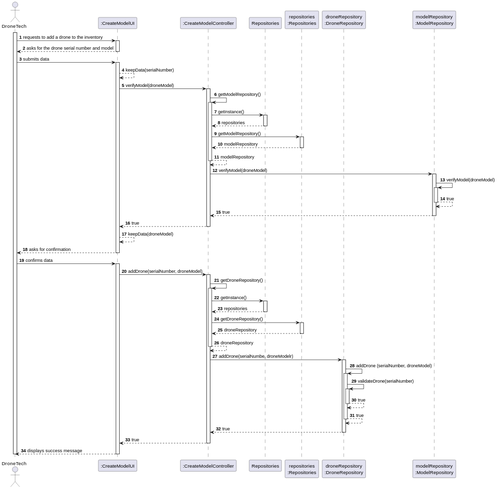
diogoveirospro/sem4pi-2024-2025-sem4pi_2024_2025_g44 keeps this PlantUML diagram as docs/SPRINT_2/US241/images/sequence_diagram_us241.svg. Above is the earlier version. Source of this version:
```plantuml
@startuml
skinparam packageStyle rectangle
skinparam shadowing false

autonumber

actor "DroneTech" as DT
participant ":CreateModelUI" as UI
participant ":CreateModelController" as CTRL
participant "Repositories" as REPOS
participant "repositories\n:Repositories" as REPOS_SINGLETON
participant "droneRepository\n:DroneRepository" as DRN_REPO
participant "modelRepository\n:ModelRepository" as MDL_REPO

activate DT

DT -> UI : requests to add a drone to the inventory
activate UI
    UI --> DT : asks for the drone serial number and model
        deactivate UI
    DT -> UI : submits data
    activate UI
    UI --> UI : keepData(serialNumber)

    UI -> CTRL : verifyModel(droneModel)
    activate CTRL
    CTRL -> CTRL :getModelRepository()
            activate CTRL
            CTRL -> REPOS : getInstance()
            activate REPOS
                REPOS --> CTRL : repositories
            deactivate REPOS

            CTRL -> REPOS_SINGLETON : getModelRepository()
            activate REPOS_SINGLETON
                REPOS_SINGLETON --> CTRL : modelRepository
            deactivate REPOS_SINGLETON
            CTRL -->CTRL : modelRepository
            deactivate CTRL
    CTRL -> MDL_REPO : verifyModel(droneModel)
    activate MDL_REPO
    MDL_REPO -> MDL_REPO : verifyModel(droneModel)
    activate MDL_REPO
    MDL_REPO --> MDL_REPO : true
    deactivate MDL_REPO
    MDL_REPO --> CTRL : true
    deactivate MDL_REPO
    CTRL --> UI : true
    deactivate CTRL
    UI --> UI : keepData(droneModel)

    UI --> DT : asks for confirmation
    deactivate UI
    DT -> UI : confirms data
    activate UI
    UI -> CTRL : addDrone(serialNumber, droneModel)
    activate CTRL
        CTRL -> CTRL :getDroneRepository()
        activate CTRL
        CTRL -> REPOS : getInstance()
        activate REPOS
            REPOS --> CTRL : repositories
        deactivate REPOS

        CTRL -> REPOS_SINGLETON : getDroneRepository()
        activate REPOS_SINGLETON
            REPOS_SINGLETON --> CTRL : droneRepository
        deactivate REPOS_SINGLETON
        CTRL -->CTRL : droneRepository
        deactivate CTRL
            CTRL -> DRN_REPO : addDrone(serialNumbe, droneModelr)
            activate DRN_REPO

        DRN_REPO -> DRN_REPO: addDrone (serialNumber, droneModel)
                activate DRN_REPO
                    DRN_REPO -> DRN_REPO: validateDrone(serialNumber)
                    activate DRN_REPO
                        DRN_REPO --> DRN_REPO : true
                    deactivate DRN_REPO

                    DRN_REPO --> DRN_REPO : true
                deactivate DRN_REPO
            DRN_REPO --> CTRL : true
        deactivate DRN_REPO

        CTRL --> UI : true
    deactivate CTRL

UI --> DT : displays success message
deactivate UI
deactivate DT
@enduml
```
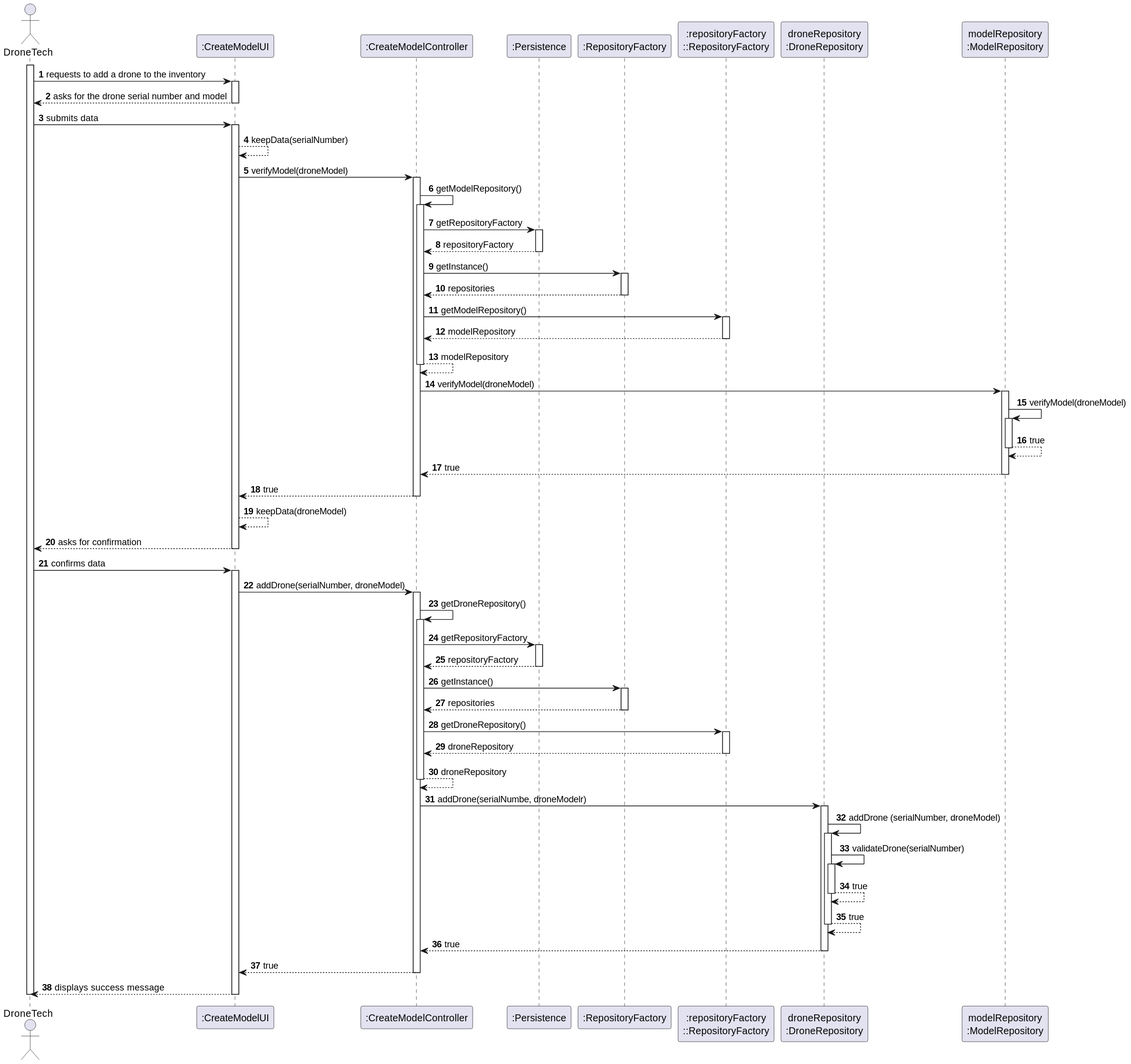
Above is the later version.

Commit message:
update on all design with persistence class

What changed in the source:
```diff
@@ -7,8 +7,9 @@
 actor "DroneTech" as DT
 participant ":CreateModelUI" as UI
 participant ":CreateModelController" as CTRL
-participant "Repositories" as REPOS
-participant "repositories\n:Repositories" as REPOS_SINGLETON
+participant ":Persistence" as PERS
+participant ":RepositoryFactory" as REPOS
+participant ":repositoryFactory\n::RepositoryFactory" as REPOS_SINGLETON
 participant "droneRepository\n:DroneRepository" as DRN_REPO
 participant "modelRepository\n:ModelRepository" as MDL_REPO
 
@@ -26,6 +27,10 @@
     activate CTRL
     CTRL -> CTRL :getModelRepository()
             activate CTRL
+            CTRL -> PERS : getRepositoryFactory
+                                        activate PERS
+                                        PERS --> CTRL : repositoryFactory
+                                        deactivate PERS
             CTRL -> REPOS : getInstance()
             activate REPOS
                 REPOS --> CTRL : repositories
@@ -57,6 +62,10 @@
     activate CTRL
         CTRL -> CTRL :getDroneRepository()
         activate CTRL
+        CTRL -> PERS : getRepositoryFactory
+                                                activate PERS
+                                                PERS --> CTRL : repositoryFactory
+                                                deactivate PERS
         CTRL -> REPOS : getInstance()
         activate REPOS
             REPOS --> CTRL : repositories
```
